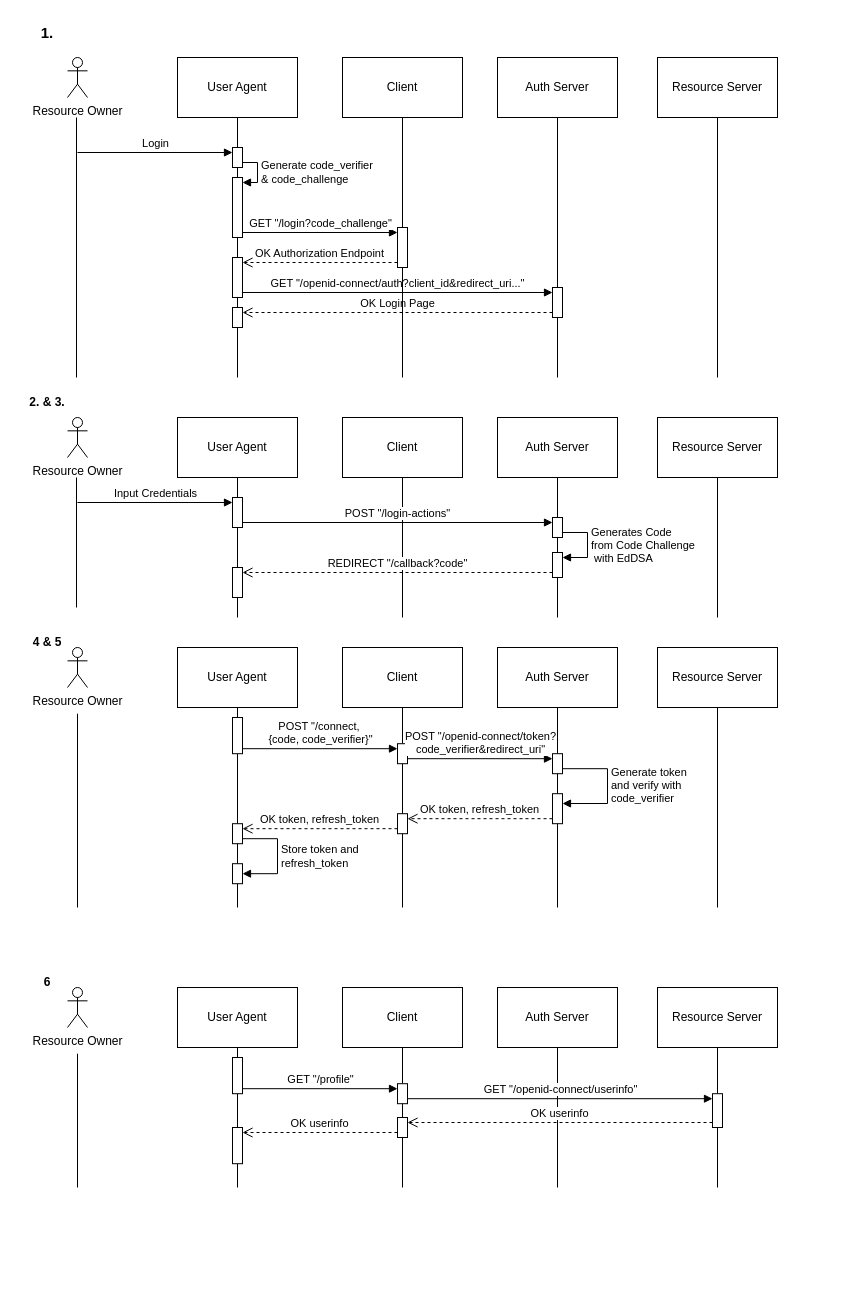
The draw.io diagram examples/AuthFlow.drawio in dirkzon/oauth2.1-oidc-pkce-demo, before the edit. Source tidied: cells renumbered, new cells numbered last; positions are measured from the earlier drawing's top-left corner, leaving out a move shared by most shapes. Both pictures are drawn from the tidied source at 100%, with x=0, y=0 at pixel (17, 17).
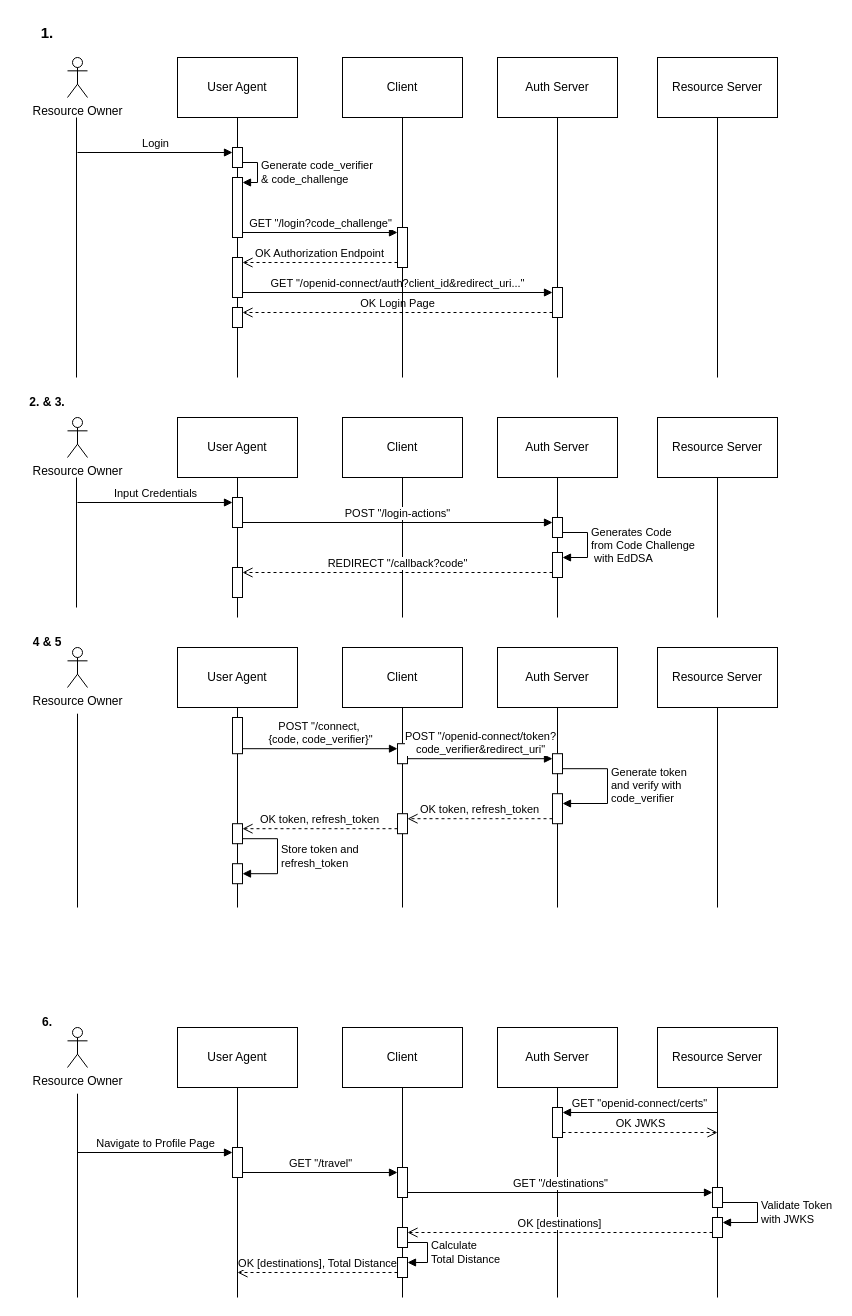
The same diagram, later.

The edit, as a diff of the source:
```diff
@@
     <mxCell id="85" value="User Agent" style="rounded=0;whiteSpace=wrap;html=1;" parent="1" vertex="1">
-      <mxGeometry x="160" y="970" width="120" height="60" as="geometry" />
+      <mxGeometry x="160" y="1010" width="120" height="60" as="geometry" />
     </mxCell>
     <mxCell id="86" value="Client" style="rounded=0;whiteSpace=wrap;html=1;" parent="1" vertex="1">
-      <mxGeometry x="325" y="970" width="120" height="60" as="geometry" />
+      <mxGeometry x="325" y="1010" width="120" height="60" as="geometry" />
     </mxCell>
     <mxCell id="87" value="Auth Server" style="rounded=0;whiteSpace=wrap;html=1;" parent="1" vertex="1">
-      <mxGeometry x="480" y="970" width="120" height="60" as="geometry" />
+      <mxGeometry x="480" y="1010" width="120" height="60" as="geometry" />
     </mxCell>
     <mxCell id="88" value="Resource Server" style="rounded=0;whiteSpace=wrap;html=1;" parent="1" vertex="1">
-      <mxGeometry x="640" y="970" width="120" height="60" as="geometry" />
+      <mxGeometry x="640" y="1010" width="120" height="60" as="geometry" />
     </mxCell>
     <mxCell id="89" value="Resource Owner" style="shape=umlActor;verticalLabelPosition=bottom;verticalAlign=top;html=1;" parent="1" vertex="1">
-      <mxGeometry x="50" y="970" width="20" height="40" as="geometry" />
+      <mxGeometry x="50" y="1010" width="20" height="40" as="geometry" />
     </mxCell>
-    <mxCell id="90" style="rounded=0;jettySize=auto;html=1;endArrow=none;endFill=0;exitX=0.5;exitY=1;exitDx=0;exitDy=0;" parent="1" edge="1" source="103">
-      <mxGeometry relative="1" as="geometry">
-        <mxPoint x="700" y="1170" as="targetPoint" />
-      </mxGeometry>
-    </mxCell>
-    <mxCell id="91" style="rounded=0;orthogonalLoop=1;jettySize=auto;html=1;endArrow=none;endFill=0;" parent="1" edge="1">
-      <mxGeometry relative="1" as="geometry">
-        <mxPoint x="60" y="1036.2" as="sourcePoint" />
-        <mxPoint x="60" y="1170" as="targetPoint" />
-      </mxGeometry>
-    </mxCell>
-    <mxCell id="92" value="GET &quot;/profile&quot;" style="html=1;verticalAlign=bottom;endArrow=block;curved=0;rounded=0;entryX=0;entryY=0;entryDx=0;entryDy=5;exitX=1;exitY=1;exitDx=0;exitDy=-5;exitPerimeter=0;" parent="1" edge="1" source="99" target="94">
-      <mxGeometry relative="1" as="geometry" />
-    </mxCell>
-    <mxCell id="93" style="rounded=0;jettySize=auto;html=1;endArrow=none;endFill=0;exitX=0.5;exitY=1;exitDx=0;exitDy=0;" parent="1" edge="1" source="86" target="94">
-      <mxGeometry relative="1" as="geometry" />
-    </mxCell>
-    <mxCell id="94" style="html=1;points=[[0,0,0,0,5],[0,1,0,0,-5],[1,0,0,0,5],[1,1,0,0,-5]];perimeter=orthogonalPerimeter;outlineConnect=0;targetShapes=umlLifeline;portConstraint=eastwest;newEdgeStyle={&quot;curved&quot;:0,&quot;rounded&quot;:0};" parent="1" vertex="1">
-      <mxGeometry x="380" y="1066.2" width="10" height="20" as="geometry" />
-    </mxCell>
-    <mxCell id="95" style="rounded=0;jettySize=auto;html=1;endArrow=none;endFill=0;exitX=0.5;exitY=1;exitDx=0;exitDy=0;" parent="1" edge="1" source="87">
-      <mxGeometry relative="1" as="geometry">
-        <mxPoint x="540" y="1170" as="targetPoint" />
-      </mxGeometry>
-    </mxCell>
-    <mxCell id="96" style="rounded=0;jettySize=auto;html=1;endArrow=none;endFill=0;exitX=0.5;exitY=1;exitDx=0;exitDy=0;" parent="1" edge="1" source="106">
-      <mxGeometry relative="1" as="geometry">
-        <mxPoint x="385" y="1170" as="targetPoint" />
-      </mxGeometry>
-    </mxCell>
-    <mxCell id="97" style="rounded=0;jettySize=auto;html=1;endArrow=none;endFill=0;exitX=0.5;exitY=1;exitDx=0;exitDy=0;" parent="1" edge="1" source="108">
-      <mxGeometry relative="1" as="geometry">
-        <mxPoint x="220" y="1170" as="targetPoint" />
-      </mxGeometry>
-    </mxCell>
-    <mxCell id="98" style="rounded=0;jettySize=auto;html=1;endArrow=none;endFill=0;exitX=0.5;exitY=1;exitDx=0;exitDy=0;" parent="1" edge="1" source="85" target="99">
-      <mxGeometry relative="1" as="geometry" />
-    </mxCell>
-    <mxCell id="99" style="html=1;points=[[0,0,0,0,5],[0,1,0,0,-5],[1,0,0,0,5],[1,1,0,0,-5]];perimeter=orthogonalPerimeter;outlineConnect=0;targetShapes=umlLifeline;portConstraint=eastwest;newEdgeStyle={&quot;curved&quot;:0,&quot;rounded&quot;:0};" parent="1" vertex="1">
-      <mxGeometry x="215" y="1040" width="10" height="36.2" as="geometry" />
-    </mxCell>
-    <mxCell id="100" value="&lt;b&gt;6&lt;/b&gt;" style="text;html=1;align=center;verticalAlign=middle;whiteSpace=wrap;rounded=0;" parent="1" vertex="1">
-      <mxGeometry y="950" width="60" height="30" as="geometry" />
-    </mxCell>
-    <mxCell id="101" value="GET &quot;/openid-connect/userinfo&quot;" style="html=1;verticalAlign=bottom;endArrow=block;curved=0;rounded=0;entryX=0;entryY=0;entryDx=0;entryDy=5;exitX=1;exitY=1;exitDx=0;exitDy=-5;exitPerimeter=0;entryPerimeter=0;" parent="1" edge="1" source="94" target="103">
-      <mxGeometry relative="1" as="geometry" />
-    </mxCell>
-    <mxCell id="102" style="rounded=0;jettySize=auto;html=1;endArrow=none;endFill=0;exitX=0.5;exitY=1;exitDx=0;exitDy=0;" parent="1" edge="1" source="88" target="103">
-      <mxGeometry relative="1" as="geometry" />
-    </mxCell>
-    <mxCell id="103" style="html=1;points=[[0,0,0,0,5],[0,1,0,0,-5],[1,0,0,0,5],[1,1,0,0,-5]];perimeter=orthogonalPerimeter;outlineConnect=0;targetShapes=umlLifeline;portConstraint=eastwest;newEdgeStyle={&quot;curved&quot;:0,&quot;rounded&quot;:0};" parent="1" vertex="1">
-      <mxGeometry x="695" y="1076.2" width="10" height="33.8" as="geometry" />
-    </mxCell>
-    <mxCell id="104" value="OK userinfo" style="html=1;verticalAlign=bottom;endArrow=open;dashed=1;endSize=8;curved=0;rounded=0;exitX=0;exitY=1;exitDx=0;exitDy=-5;exitPerimeter=0;entryX=1;entryY=0;entryDx=0;entryDy=5;entryPerimeter=0;" parent="1" edge="1" source="103" target="106">
-      <mxGeometry relative="1" as="geometry" />
-    </mxCell>
-    <mxCell id="105" style="rounded=0;jettySize=auto;html=1;endArrow=none;endFill=0;exitX=0.5;exitY=1;exitDx=0;exitDy=0;" parent="1" edge="1" source="94" target="106">
-      <mxGeometry relative="1" as="geometry" />
-    </mxCell>
-    <mxCell id="106" style="html=1;points=[[0,0,0,0,5],[0,1,0,0,-5],[1,0,0,0,5],[1,1,0,0,-5]];perimeter=orthogonalPerimeter;outlineConnect=0;targetShapes=umlLifeline;portConstraint=eastwest;newEdgeStyle={&quot;curved&quot;:0,&quot;rounded&quot;:0};" parent="1" vertex="1">
-      <mxGeometry x="380" y="1100" width="10" height="20" as="geometry" />
-    </mxCell>
-    <mxCell id="107" style="rounded=0;jettySize=auto;html=1;endArrow=none;endFill=0;exitX=0.5;exitY=1;exitDx=0;exitDy=0;" parent="1" edge="1" source="99" target="108">
-      <mxGeometry relative="1" as="geometry" />
-    </mxCell>
-    <mxCell id="108" style="html=1;points=[[0,0,0,0,5],[0,1,0,0,-5],[1,0,0,0,5],[1,1,0,0,-5]];perimeter=orthogonalPerimeter;outlineConnect=0;targetShapes=umlLifeline;portConstraint=eastwest;newEdgeStyle={&quot;curved&quot;:0,&quot;rounded&quot;:0};" parent="1" vertex="1">
-      <mxGeometry x="215" y="1110" width="10" height="36.2" as="geometry" />
-    </mxCell>
-    <mxCell id="109" value="OK userinfo" style="html=1;verticalAlign=bottom;endArrow=open;dashed=1;endSize=8;curved=0;rounded=0;exitX=0;exitY=1;exitDx=0;exitDy=-5;exitPerimeter=0;entryX=1;entryY=0;entryDx=0;entryDy=5;entryPerimeter=0;" parent="1" edge="1" source="106" target="108">
-      <mxGeometry relative="1" as="geometry" />
-    </mxCell>
+    <mxCell id="110" style="rounded=0;orthogonalLoop=1;jettySize=auto;html=1;endArrow=none;endFill=0;" parent="1" edge="1">
+      <mxGeometry relative="1" as="geometry">
+        <mxPoint x="60" y="1076.2" as="sourcePoint" />
+        <mxPoint x="60" y="1280" as="targetPoint" />
+      </mxGeometry>
+    </mxCell>
+    <mxCell id="111" style="rounded=0;jettySize=auto;html=1;endArrow=none;endFill=0;exitX=0.5;exitY=1;exitDx=0;exitDy=0;" parent="1" edge="1" source="137">
+      <mxGeometry relative="1" as="geometry">
+        <mxPoint x="385" y="1280" as="targetPoint" />
+      </mxGeometry>
+    </mxCell>
+    <mxCell id="112" style="rounded=0;jettySize=auto;html=1;endArrow=none;endFill=0;exitX=0.5;exitY=1;exitDx=0;exitDy=0;" parent="1" edge="1" source="119">
+      <mxGeometry relative="1" as="geometry">
+        <mxPoint x="540" y="1280" as="targetPoint" />
+      </mxGeometry>
+    </mxCell>
+    <mxCell id="113" style="rounded=0;jettySize=auto;html=1;endArrow=none;endFill=0;exitX=0.5;exitY=1;exitDx=0;exitDy=0;" parent="1" edge="1" source="122">
+      <mxGeometry relative="1" as="geometry">
+        <mxPoint x="220" y="1280" as="targetPoint" />
+      </mxGeometry>
+    </mxCell>
+    <mxCell id="114" value="&lt;b&gt;6.&lt;/b&gt;" style="text;html=1;align=center;verticalAlign=middle;whiteSpace=wrap;rounded=0;" parent="1" vertex="1">
+      <mxGeometry y="990" width="60" height="30" as="geometry" />
+    </mxCell>
+    <mxCell id="115" style="rounded=0;jettySize=auto;html=1;endArrow=none;endFill=0;exitX=0.5;exitY=1;exitDx=0;exitDy=0;" parent="1" edge="1" source="131">
+      <mxGeometry relative="1" as="geometry">
+        <mxPoint x="700" y="1280" as="targetPoint" />
+      </mxGeometry>
+    </mxCell>
+    <mxCell id="116" value="GET &quot;openid-connect/certs&quot;" style="html=1;verticalAlign=bottom;endArrow=block;curved=0;rounded=0;entryX=1;entryY=0;entryDx=0;entryDy=5;" parent="1" edge="1" target="119">
+      <mxGeometry relative="1" as="geometry">
+        <mxPoint x="700" y="1095" as="sourcePoint" />
+      </mxGeometry>
+    </mxCell>
+    <mxCell id="117" value="OK JWKS" style="html=1;verticalAlign=bottom;endArrow=open;dashed=1;endSize=8;curved=0;rounded=0;exitX=1;exitY=1;exitDx=0;exitDy=-5;" parent="1" edge="1" source="119">
+      <mxGeometry relative="1" as="geometry">
+        <mxPoint x="700" y="1115" as="targetPoint" />
+      </mxGeometry>
+    </mxCell>
+    <mxCell id="118" style="rounded=0;jettySize=auto;html=1;endArrow=none;endFill=0;exitX=0.5;exitY=1;exitDx=0;exitDy=0;" parent="1" edge="1" source="87" target="119">
+      <mxGeometry relative="1" as="geometry" />
+    </mxCell>
+    <mxCell id="119" style="html=1;points=[[0,0,0,0,5],[0,1,0,0,-5],[1,0,0,0,5],[1,1,0,0,-5]];perimeter=orthogonalPerimeter;outlineConnect=0;targetShapes=umlLifeline;portConstraint=eastwest;newEdgeStyle={&quot;curved&quot;:0,&quot;rounded&quot;:0};" parent="1" vertex="1">
+      <mxGeometry x="535" y="1090" width="10" height="30" as="geometry" />
+    </mxCell>
+    <mxCell id="120" value="Navigate to Profile Page" style="html=1;verticalAlign=bottom;endArrow=block;curved=0;rounded=0;entryX=0;entryY=0;entryDx=0;entryDy=5;" parent="1" edge="1" target="122">
+      <mxGeometry relative="1" as="geometry">
+        <mxPoint x="60" y="1135" as="sourcePoint" />
+      </mxGeometry>
+    </mxCell>
+    <mxCell id="121" style="rounded=0;jettySize=auto;html=1;endArrow=none;endFill=0;exitX=0.5;exitY=1;exitDx=0;exitDy=0;" parent="1" edge="1" source="85" target="122">
+      <mxGeometry relative="1" as="geometry" />
+    </mxCell>
+    <mxCell id="122" style="html=1;points=[[0,0,0,0,5],[0,1,0,0,-5],[1,0,0,0,5],[1,1,0,0,-5]];perimeter=orthogonalPerimeter;outlineConnect=0;targetShapes=umlLifeline;portConstraint=eastwest;newEdgeStyle={&quot;curved&quot;:0,&quot;rounded&quot;:0};" parent="1" vertex="1">
+      <mxGeometry x="215" y="1130" width="10" height="30" as="geometry" />
+    </mxCell>
+    <mxCell id="123" value="GET &quot;/travel&quot;" style="html=1;verticalAlign=bottom;endArrow=block;curved=0;rounded=0;entryX=0;entryY=0;entryDx=0;entryDy=5;exitX=1;exitY=1;exitDx=0;exitDy=-5;exitPerimeter=0;" parent="1" edge="1" source="122" target="125">
+      <mxGeometry relative="1" as="geometry" />
+    </mxCell>
+    <mxCell id="124" style="rounded=0;jettySize=auto;html=1;endArrow=none;endFill=0;exitX=0.5;exitY=1;exitDx=0;exitDy=0;" parent="1" edge="1" source="86" target="125">
+      <mxGeometry relative="1" as="geometry" />
+    </mxCell>
+    <mxCell id="125" style="html=1;points=[[0,0,0,0,5],[0,1,0,0,-5],[1,0,0,0,5],[1,1,0,0,-5]];perimeter=orthogonalPerimeter;outlineConnect=0;targetShapes=umlLifeline;portConstraint=eastwest;newEdgeStyle={&quot;curved&quot;:0,&quot;rounded&quot;:0};" parent="1" vertex="1">
+      <mxGeometry x="380" y="1150" width="10" height="30" as="geometry" />
+    </mxCell>
+    <mxCell id="126" value="GET &quot;/destinations&quot;" style="html=1;verticalAlign=bottom;endArrow=block;curved=0;rounded=0;entryX=0;entryY=0;entryDx=0;entryDy=5;exitX=1;exitY=1;exitDx=0;exitDy=-5;exitPerimeter=0;" parent="1" edge="1" source="125" target="128">
+      <mxGeometry relative="1" as="geometry" />
+    </mxCell>
+    <mxCell id="127" style="rounded=0;jettySize=auto;html=1;endArrow=none;endFill=0;exitX=0.5;exitY=1;exitDx=0;exitDy=0;" parent="1" edge="1" source="88" target="128">
+      <mxGeometry relative="1" as="geometry" />
+    </mxCell>
+    <mxCell id="128" style="html=1;points=[[0,0,0,0,5],[0,1,0,0,-5],[1,0,0,0,5],[1,1,0,0,-5]];perimeter=orthogonalPerimeter;outlineConnect=0;targetShapes=umlLifeline;portConstraint=eastwest;newEdgeStyle={&quot;curved&quot;:0,&quot;rounded&quot;:0};" parent="1" vertex="1">
+      <mxGeometry x="695" y="1170" width="10" height="20" as="geometry" />
+    </mxCell>
+    <mxCell id="129" value="&lt;div&gt;Validate Token&amp;nbsp;&lt;/div&gt;&lt;div&gt;with JWKS&lt;/div&gt;" style="html=1;align=left;spacingLeft=2;endArrow=block;rounded=0;edgeStyle=orthogonalEdgeStyle;curved=0;rounded=0;entryX=1;entryY=0;entryDx=0;entryDy=5;entryPerimeter=0;exitX=1;exitY=1;exitDx=0;exitDy=-5;exitPerimeter=0;" parent="1" edge="1" source="128" target="131">
+      <mxGeometry relative="1" as="geometry">
+        <Array as="points">
+          <mxPoint x="740" y="1185" />
+          <mxPoint x="740" y="1205" />
+        </Array>
+      </mxGeometry>
+    </mxCell>
+    <mxCell id="130" style="rounded=0;jettySize=auto;html=1;endArrow=none;endFill=0;exitX=0.5;exitY=1;exitDx=0;exitDy=0;" parent="1" edge="1" source="128" target="131">
+      <mxGeometry relative="1" as="geometry" />
+    </mxCell>
+    <mxCell id="131" style="html=1;points=[[0,0,0,0,5],[0,1,0,0,-5],[1,0,0,0,5],[1,1,0,0,-5]];perimeter=orthogonalPerimeter;outlineConnect=0;targetShapes=umlLifeline;portConstraint=eastwest;newEdgeStyle={&quot;curved&quot;:0,&quot;rounded&quot;:0};" parent="1" vertex="1">
+      <mxGeometry x="695" y="1200" width="10" height="20" as="geometry" />
+    </mxCell>
+    <mxCell id="132" value="OK [destinations]" style="html=1;verticalAlign=bottom;endArrow=open;dashed=1;endSize=8;curved=0;rounded=0;exitX=0;exitY=1;exitDx=0;exitDy=-5;exitPerimeter=0;entryX=1;entryY=0;entryDx=0;entryDy=5;entryPerimeter=0;" parent="1" edge="1" source="131" target="134">
+      <mxGeometry relative="1" as="geometry" />
+    </mxCell>
+    <mxCell id="133" style="rounded=0;jettySize=auto;html=1;endArrow=none;endFill=0;exitX=0.5;exitY=1;exitDx=0;exitDy=0;" parent="1" edge="1" source="125" target="134">
+      <mxGeometry relative="1" as="geometry" />
+    </mxCell>
+    <mxCell id="134" style="html=1;points=[[0,0,0,0,5],[0,1,0,0,-5],[1,0,0,0,5],[1,1,0,0,-5]];perimeter=orthogonalPerimeter;outlineConnect=0;targetShapes=umlLifeline;portConstraint=eastwest;newEdgeStyle={&quot;curved&quot;:0,&quot;rounded&quot;:0};" parent="1" vertex="1">
+      <mxGeometry x="380" y="1210" width="10" height="20" as="geometry" />
+    </mxCell>
+    <mxCell id="135" value="&lt;div&gt;Calculate&amp;nbsp;&lt;/div&gt;&lt;div&gt;Total Distance&lt;br&gt;&lt;/div&gt;" style="html=1;align=left;spacingLeft=2;endArrow=block;rounded=0;edgeStyle=orthogonalEdgeStyle;curved=0;rounded=0;exitX=1;exitY=1;exitDx=0;exitDy=-5;exitPerimeter=0;entryX=1;entryY=0;entryDx=0;entryDy=5;entryPerimeter=0;" parent="1" edge="1" source="134" target="137">
+      <mxGeometry relative="1" as="geometry">
+        <Array as="points">
+          <mxPoint x="410" y="1225" />
+          <mxPoint x="410" y="1245" />
+        </Array>
+      </mxGeometry>
+    </mxCell>
+    <mxCell id="136" style="rounded=0;jettySize=auto;html=1;endArrow=none;endFill=0;exitX=0.5;exitY=1;exitDx=0;exitDy=0;" parent="1" edge="1" source="134" target="137">
+      <mxGeometry relative="1" as="geometry" />
+    </mxCell>
+    <mxCell id="137" style="html=1;points=[[0,0,0,0,5],[0,1,0,0,-5],[1,0,0,0,5],[1,1,0,0,-5]];perimeter=orthogonalPerimeter;outlineConnect=0;targetShapes=umlLifeline;portConstraint=eastwest;newEdgeStyle={&quot;curved&quot;:0,&quot;rounded&quot;:0};" parent="1" vertex="1">
+      <mxGeometry x="380" y="1240" width="10" height="20" as="geometry" />
+    </mxCell>
+    <mxCell id="138" value="OK [destinations], Total Distance" style="html=1;verticalAlign=bottom;endArrow=open;dashed=1;endSize=8;curved=0;rounded=0;exitX=0;exitY=1;exitDx=0;exitDy=-5;exitPerimeter=0;" parent="1" edge="1" source="137">
+      <mxGeometry relative="1" as="geometry">
+        <mxPoint x="220" y="1255" as="targetPoint" />
+      </mxGeometry>
+    </mxCell>
```
